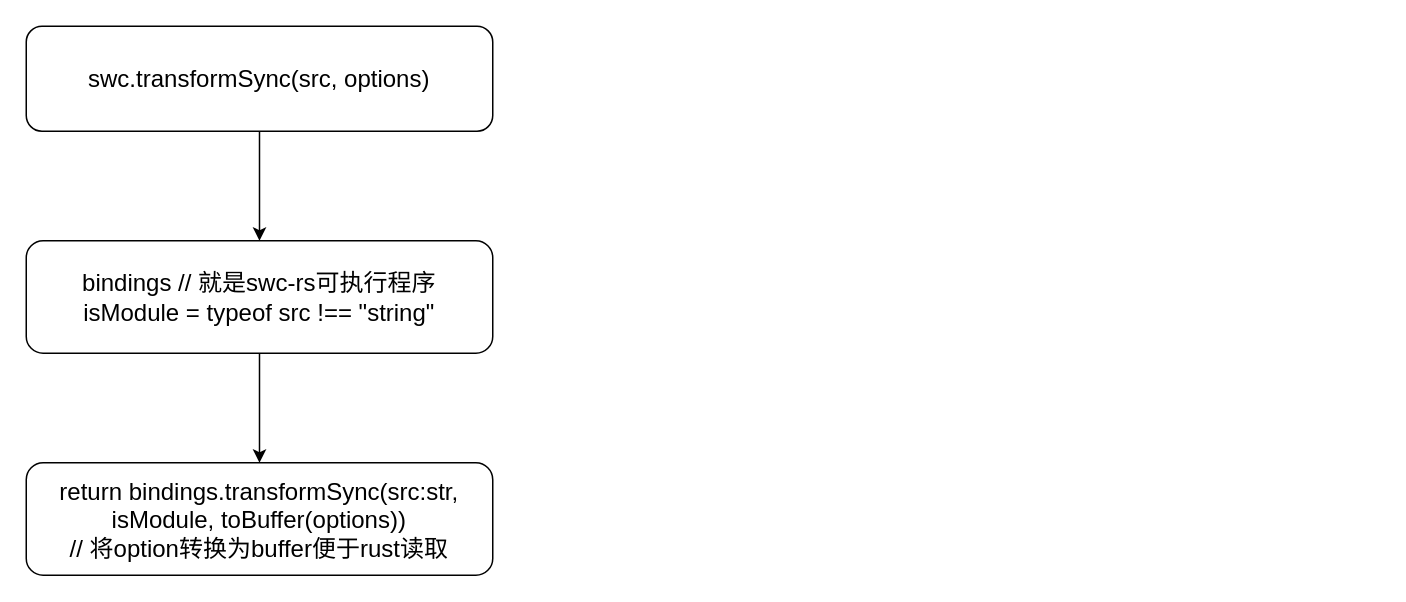
Before: swc.drawio in ccctw-ma/source-code-learning, a draw.io diagram. Source tidied: cells renumbered, new cells numbered last; positions are measured from the earlier drawing's top-left corner, leaving out a move shared by most shapes. Both pictures are drawn from the tidied source at 150%, with x=0, y=0 at pixel (26, 26).
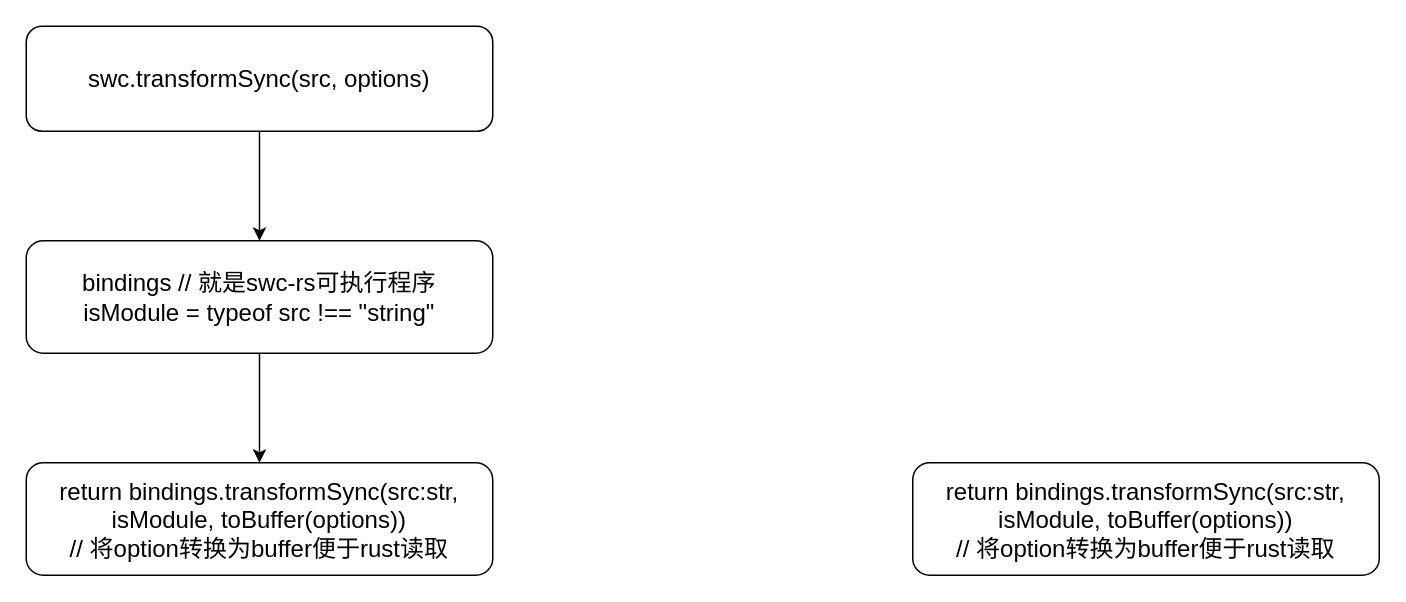
After the change.

Change to the diagram source:
```diff
@@
 <mxGraphModel>
   <root>
     <mxCell id="0" />
     <mxCell id="1" parent="0" />
     <mxCell id="2" style="edgeStyle=orthogonalEdgeStyle;rounded=0;jettySize=auto;html=1;exitX=0.5;exitY=1;exitDx=0;exitDy=0;entryX=0.5;entryY=0;entryDx=0;entryDy=0;" parent="1" edge="1" source="3" target="5">
       <mxGeometry relative="1" as="geometry" />
     </mxCell>
     <mxCell id="3" value="&lt;font style=&quot;font-size: 16px;&quot;&gt;swc.transformSync(src, options)&lt;/font&gt;" style="rounded=1;whiteSpace=wrap;html=1;" parent="1" vertex="1">
       <mxGeometry width="311" height="70" as="geometry" />
     </mxCell>
     <mxCell id="4" style="edgeStyle=orthogonalEdgeStyle;rounded=0;jettySize=auto;html=1;exitX=0.5;exitY=1;exitDx=0;exitDy=0;entryX=0.5;entryY=0;entryDx=0;entryDy=0;" parent="1" edge="1" source="5" target="6">
       <mxGeometry relative="1" as="geometry" />
     </mxCell>
     <mxCell id="5" value="&lt;font style=&quot;font-size: 16px;&quot;&gt;bindings // 就是swc-rs可执行程序&lt;br&gt;isModule = typeof src !== &quot;string&quot;&lt;br&gt;&lt;/font&gt;" style="rounded=1;whiteSpace=wrap;html=1;" parent="1" vertex="1">
       <mxGeometry y="143" width="311" height="75" as="geometry" />
     </mxCell>
     <mxCell id="6" value="&lt;font style=&quot;font-size: 16px;&quot;&gt;return bindings.transformSync(src:str,&lt;br&gt;isModule, toBuffer(options))&lt;br&gt;// 将option转换为buffer便于rust读取&lt;br&gt;&lt;/font&gt;" style="rounded=1;whiteSpace=wrap;html=1;" parent="1" vertex="1">
       <mxGeometry y="291" width="311" height="75" as="geometry" />
     </mxCell>
+    <mxCell id="7" value="&lt;font style=&quot;font-size: 16px;&quot;&gt;return bindings.transformSync(src:str,&lt;br&gt;isModule, toBuffer(options))&lt;br&gt;// 将option转换为buffer便于rust读取&lt;br&gt;&lt;/font&gt;" style="rounded=1;whiteSpace=wrap;html=1;" parent="1" vertex="1">
+      <mxGeometry x="591" y="291" width="311" height="75" as="geometry" />
+    </mxCell>
   </root>
 </mxGraphModel>
```
